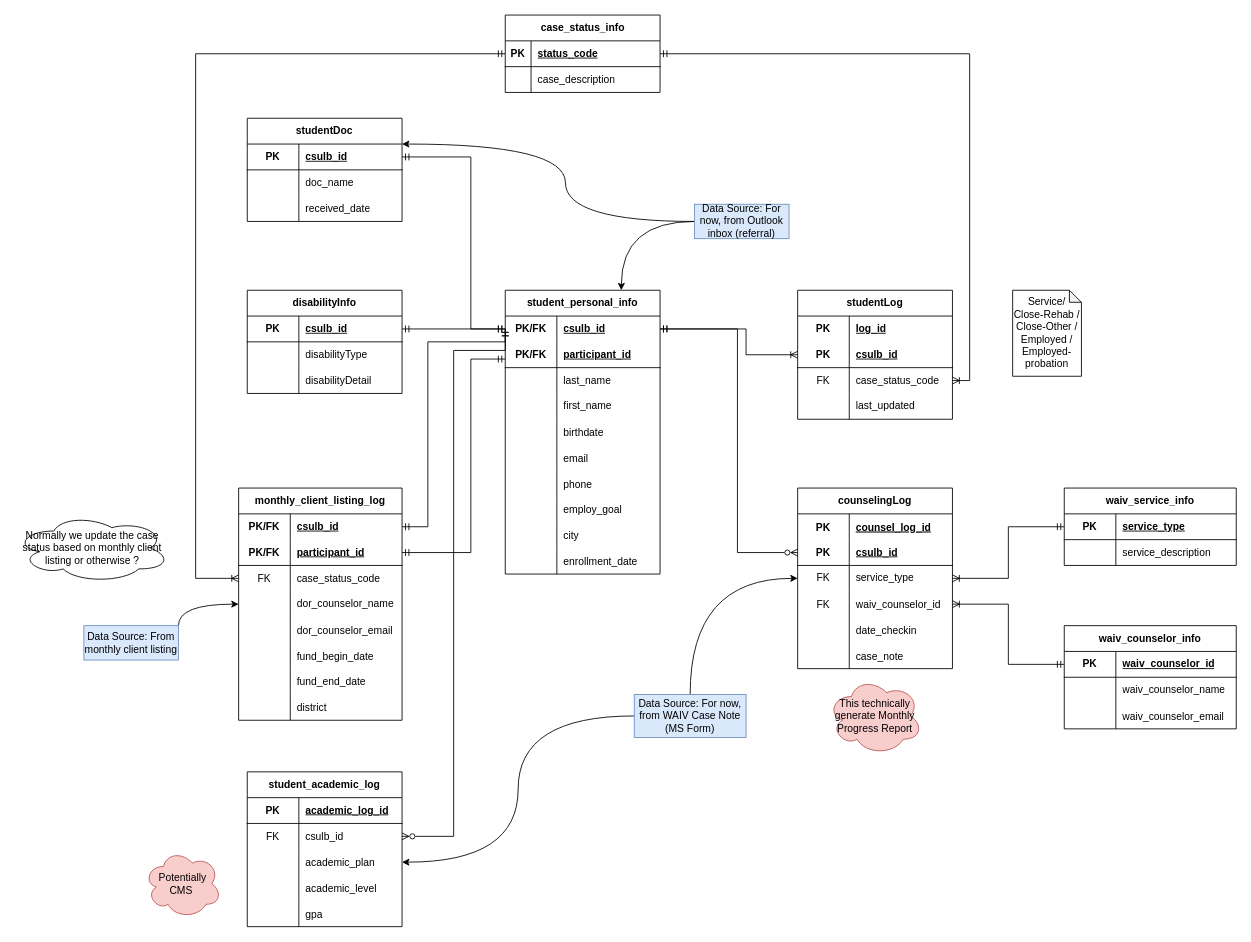
The draw.io diagram waivSchema.drawio in markqle/waiv, before the edit. Source tidied: cells renumbered, new cells numbered last; positions are measured from the earlier drawing's top-left corner, leaving out a move shared by most shapes. Both pictures are drawn from the tidied source at 86%, with x=0, y=0 at pixel (15, 15).
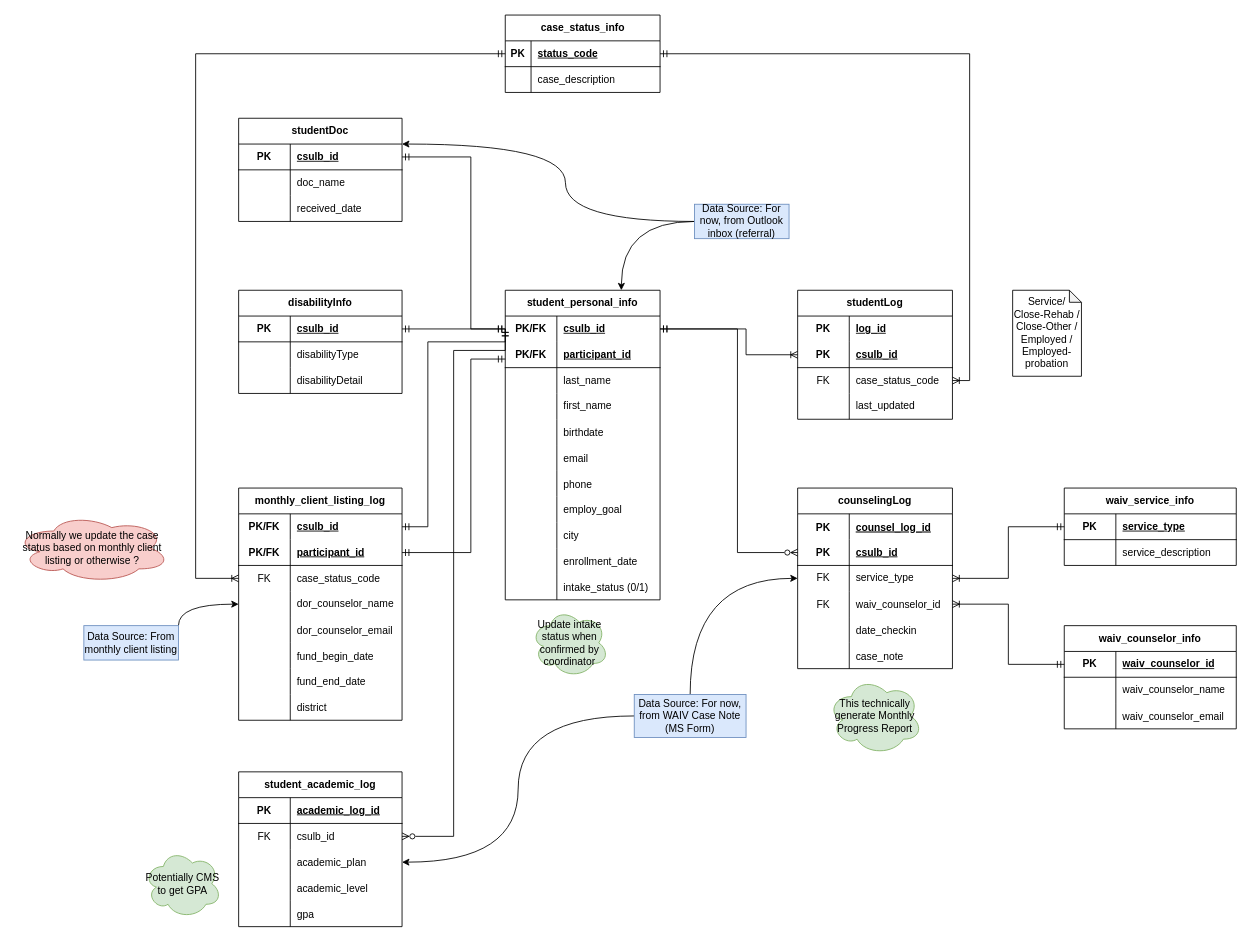
The same page after the edit.

What changed in the source:
```diff
@@
     <mxCell id="2" value="student_personal_info" style="shape=table;startSize=30;childLayout=tableLayout;rowLines=0;fontStyle=1;align=center;html=1;whiteSpace=wrap;" parent="1" vertex="1">
-      <mxGeometry x="570" y="320" width="180" height="330" as="geometry" />
+      <mxGeometry x="570" y="320" width="180" height="360" as="geometry" />
     </mxCell>
@@
+    <mxCell id="173" style="shape=tableRow;horizontal=0;startSize=0;swimlaneHead=0;swimlaneBody=0;fillColor=none;top=0;left=0;right=0;bottom=0;" parent="2" vertex="1">
+      <mxGeometry y="330" width="180" height="30" as="geometry" />
+    </mxCell>
+    <mxCell id="174" style="shape=partialRectangle;fillColor=none;top=0;left=0;bottom=0;right=0;overflow=hidden;" parent="173" vertex="1">
+      <mxGeometry width="60" height="30" as="geometry" />
+    </mxCell>
+    <mxCell id="175" value="intake_status (0/1)" style="shape=partialRectangle;fillColor=none;top=0;left=0;bottom=0;right=0;align=left;spacingLeft=6;overflow=hidden;" parent="173" vertex="1">
+      <mxGeometry x="60" width="120" height="30" as="geometry" />
+    </mxCell>
@@
     <mxCell id="40" value="disabilityInfo" style="shape=table;startSize=30;childLayout=tableLayout;rowLines=0;fontStyle=1;align=center;html=1;whiteSpace=wrap;" parent="1" vertex="1">
-      <mxGeometry x="270" y="320" width="180" height="120" as="geometry" />
+      <mxGeometry x="260" y="320" width="190" height="120" as="geometry" />
     </mxCell>
     <mxCell id="41" style="shape=tableRow;horizontal=0;startSize=0;swimlaneHead=0;swimlaneBody=0;fillColor=none;points=[[0,0.5],[1,0.5]];portConstraint=eastwest;top=0;left=0;right=0;bottom=1;html=1;" parent="40" vertex="1">
-      <mxGeometry y="30" width="180" height="30" as="geometry" />
+      <mxGeometry y="30" width="190" height="30" as="geometry" />
     </mxCell>
@@
     <mxCell id="43" value="csulb_id" style="shape=partialRectangle;fillColor=none;top=0;left=0;bottom=0;right=0;align=left;spacingLeft=6;fontStyle=5;overflow=hidden;html=1;whiteSpace=wrap;" parent="41" vertex="1">
-      <mxGeometry x="60" width="120" height="30" as="geometry" />
+      <mxGeometry x="60" width="130" height="30" as="geometry" />
     </mxCell>
     <mxCell id="44" style="shape=tableRow;horizontal=0;startSize=0;swimlaneHead=0;swimlaneBody=0;fillColor=none;top=0;left=0;right=0;bottom=0;html=1;" parent="40" vertex="1">
-      <mxGeometry y="60" width="180" height="30" as="geometry" />
+      <mxGeometry y="60" width="190" height="30" as="geometry" />
     </mxCell>
@@
     <mxCell id="46" value="disabilityType" style="shape=partialRectangle;fillColor=none;top=0;left=0;bottom=0;right=0;align=left;spacingLeft=6;overflow=hidden;html=1;whiteSpace=wrap;" parent="44" vertex="1">
-      <mxGeometry x="60" width="120" height="30" as="geometry" />
+      <mxGeometry x="60" width="130" height="30" as="geometry" />
     </mxCell>
     <mxCell id="47" style="shape=tableRow;horizontal=0;startSize=0;swimlaneHead=0;swimlaneBody=0;fillColor=none;top=0;left=0;right=0;bottom=0;html=1;" parent="40" vertex="1">
-      <mxGeometry y="90" width="180" height="30" as="geometry" />
+      <mxGeometry y="90" width="190" height="30" as="geometry" />
     </mxCell>
@@
     <mxCell id="49" value="disabilityDetail" style="shape=partialRectangle;fillColor=none;top=0;left=0;bottom=0;right=0;align=left;spacingLeft=6;overflow=hidden;html=1;whiteSpace=wrap;" parent="47" vertex="1">
-      <mxGeometry x="60" width="120" height="30" as="geometry" />
+      <mxGeometry x="60" width="130" height="30" as="geometry" />
     </mxCell>
@@
     <mxCell id="140" value="student_academic_log" style="shape=table;startSize=30;childLayout=tableLayout;rowLines=0;fontStyle=1;align=center;html=1;whiteSpace=wrap;" parent="1" vertex="1">
-      <mxGeometry x="270" y="880" width="180" height="180" as="geometry" />
+      <mxGeometry x="260" y="880" width="190" height="180" as="geometry" />
     </mxCell>
     <mxCell id="141" style="shape=tableRow;horizontal=0;startSize=0;swimlaneHead=0;swimlaneBody=0;fillColor=none;top=0;left=0;right=0;bottom=1;html=1;" parent="140" vertex="1">
-      <mxGeometry y="30" width="180" height="30" as="geometry" />
+      <mxGeometry y="30" width="190" height="30" as="geometry" />
     </mxCell>
@@
     <mxCell id="143" value="academic_log_id" style="shape=partialRectangle;fillColor=none;top=0;left=0;bottom=0;right=0;align=left;spacingLeft=6;fontStyle=5;overflow=hidden;html=1;whiteSpace=wrap;" parent="141" vertex="1">
-      <mxGeometry x="60" width="120" height="30" as="geometry" />
+      <mxGeometry x="60" width="130" height="30" as="geometry" />
     </mxCell>
     <mxCell id="144" style="shape=tableRow;horizontal=0;startSize=0;swimlaneHead=0;swimlaneBody=0;fillColor=none;points=[[0,0.5],[1,0.5]];portConstraint=eastwest;top=0;left=0;right=0;bottom=0;" parent="140" vertex="1">
-      <mxGeometry y="60" width="180" height="30" as="geometry" />
+      <mxGeometry y="60" width="190" height="30" as="geometry" />
     </mxCell>
@@
     <mxCell id="146" value="csulb_id" style="shape=partialRectangle;fillColor=none;top=0;left=0;bottom=0;right=0;align=left;spacingLeft=6;overflow=hidden;" parent="144" vertex="1">
-      <mxGeometry x="60" width="120" height="30" as="geometry" />
+      <mxGeometry x="60" width="130" height="30" as="geometry" />
     </mxCell>
     <mxCell id="147" style="shape=tableRow;horizontal=0;startSize=0;swimlaneHead=0;swimlaneBody=0;fillColor=none;points=[[0,0.5],[1,0.5]];portConstraint=eastwest;top=0;left=0;right=0;bottom=0;" parent="140" vertex="1">
-      <mxGeometry y="90" width="180" height="30" as="geometry" />
+      <mxGeometry y="90" width="190" height="30" as="geometry" />
     </mxCell>
@@
     <mxCell id="149" value="academic_plan" style="shape=partialRectangle;fillColor=none;top=0;left=0;bottom=0;right=0;align=left;spacingLeft=6;overflow=hidden;" parent="147" vertex="1">
-      <mxGeometry x="60" width="120" height="30" as="geometry" />
+      <mxGeometry x="60" width="130" height="30" as="geometry" />
     </mxCell>
     <mxCell id="150" style="shape=tableRow;horizontal=0;startSize=0;swimlaneHead=0;swimlaneBody=0;fillColor=none;top=0;left=0;right=0;bottom=0;" parent="140" vertex="1">
-      <mxGeometry y="120" width="180" height="30" as="geometry" />
+      <mxGeometry y="120" width="190" height="30" as="geometry" />
     </mxCell>
@@
     <mxCell id="152" value="academic_level" style="shape=partialRectangle;fillColor=none;top=0;left=0;bottom=0;right=0;align=left;spacingLeft=6;overflow=hidden;" parent="150" vertex="1">
-      <mxGeometry x="60" width="120" height="30" as="geometry" />
+      <mxGeometry x="60" width="130" height="30" as="geometry" />
     </mxCell>
     <mxCell id="153" style="shape=tableRow;horizontal=0;startSize=0;swimlaneHead=0;swimlaneBody=0;fillColor=none;top=0;left=0;right=0;bottom=0;" parent="140" vertex="1">
-      <mxGeometry y="150" width="180" height="30" as="geometry" />
+      <mxGeometry y="150" width="190" height="30" as="geometry" />
     </mxCell>
@@
     <mxCell id="155" value="gpa" style="shape=partialRectangle;fillColor=none;top=0;left=0;bottom=0;right=0;align=left;spacingLeft=6;overflow=hidden;" parent="153" vertex="1">
-      <mxGeometry x="60" width="120" height="30" as="geometry" />
+      <mxGeometry x="60" width="130" height="30" as="geometry" />
     </mxCell>
@@
     <mxCell id="159" value="studentDoc" style="shape=table;startSize=30;childLayout=tableLayout;rowLines=0;fontStyle=1;align=center;html=1;whiteSpace=wrap;" parent="1" vertex="1">
-      <mxGeometry x="270" y="120" width="180" height="120" as="geometry" />
+      <mxGeometry x="260" y="120" width="190" height="120" as="geometry" />
     </mxCell>
     <mxCell id="160" style="shape=tableRow;horizontal=0;startSize=0;swimlaneHead=0;swimlaneBody=0;fillColor=none;points=[[0,0.5],[1,0.5]];portConstraint=eastwest;top=0;left=0;right=0;bottom=1;html=1;" parent="159" vertex="1">
-      <mxGeometry y="30" width="180" height="30" as="geometry" />
+      <mxGeometry y="30" width="190" height="30" as="geometry" />
     </mxCell>
@@
     <mxCell id="162" value="csulb_id" style="shape=partialRectangle;fillColor=none;top=0;left=0;bottom=0;right=0;align=left;spacingLeft=6;fontStyle=5;overflow=hidden;html=1;whiteSpace=wrap;" parent="160" vertex="1">
-      <mxGeometry x="60" width="120" height="30" as="geometry" />
+      <mxGeometry x="60" width="130" height="30" as="geometry" />
     </mxCell>
     <mxCell id="163" style="shape=tableRow;horizontal=0;startSize=0;swimlaneHead=0;swimlaneBody=0;fillColor=none;top=0;left=0;right=0;bottom=0;html=1;" parent="159" vertex="1">
-      <mxGeometry y="60" width="180" height="30" as="geometry" />
+      <mxGeometry y="60" width="190" height="30" as="geometry" />
     </mxCell>
@@
     <mxCell id="165" value="doc_name" style="shape=partialRectangle;fillColor=none;top=0;left=0;bottom=0;right=0;align=left;spacingLeft=6;overflow=hidden;html=1;whiteSpace=wrap;" parent="163" vertex="1">
-      <mxGeometry x="60" width="120" height="30" as="geometry" />
+      <mxGeometry x="60" width="130" height="30" as="geometry" />
     </mxCell>
     <mxCell id="166" style="shape=tableRow;horizontal=0;startSize=0;swimlaneHead=0;swimlaneBody=0;fillColor=none;top=0;left=0;right=0;bottom=0;html=1;" parent="159" vertex="1">
-      <mxGeometry y="90" width="180" height="30" as="geometry" />
+      <mxGeometry y="90" width="190" height="30" as="geometry" />
     </mxCell>
@@
     <mxCell id="168" value="received_date" style="shape=partialRectangle;fillColor=none;top=0;left=0;bottom=0;right=0;align=left;spacingLeft=6;overflow=hidden;html=1;whiteSpace=wrap;" parent="166" vertex="1">
-      <mxGeometry x="60" width="120" height="30" as="geometry" />
+      <mxGeometry x="60" width="130" height="30" as="geometry" />
     </mxCell>
@@
-    <mxCell id="170" value="Potentially CMS&amp;nbsp;" style="ellipse;shape=cloud;whiteSpace=wrap;html=1;align=center;fillColor=#f8cecc;strokeColor=#b85450;" parent="1" vertex="1">
+    <mxCell id="170" value="Potentially CMS to get GPA" style="ellipse;shape=cloud;whiteSpace=wrap;html=1;align=center;fillColor=#d5e8d4;strokeColor=#82b366;" parent="1" vertex="1">
       <mxGeometry x="150" y="970" width="90" height="80" as="geometry" />
     </mxCell>
-    <mxCell id="171" value="This technically generate Monthly Progress Report" style="ellipse;shape=cloud;whiteSpace=wrap;html=1;align=center;fillColor=#f8cecc;strokeColor=#b85450;" parent="1" vertex="1">
+    <mxCell id="171" value="This technically generate Monthly Progress Report" style="ellipse;shape=cloud;whiteSpace=wrap;html=1;align=center;fillColor=#d5e8d4;strokeColor=#82b366;" parent="1" vertex="1">
       <mxGeometry x="945" y="770" width="110" height="90" as="geometry" />
     </mxCell>
-    <mxCell id="172" value="Normally we update the case status based on monthly client listing or otherwise ?" style="ellipse;shape=cloud;whiteSpace=wrap;html=1;align=center;" parent="1" vertex="1">
+    <mxCell id="172" value="Normally we update the case status based on monthly client listing or otherwise ?" style="ellipse;shape=cloud;whiteSpace=wrap;html=1;align=center;fillColor=#f8cecc;strokeColor=#b85450;" parent="1" vertex="1">
       <mxGeometry y="580" width="180" height="80" as="geometry" />
     </mxCell>
+    <mxCell id="176" value="Update intake status when confirmed by coordinator" style="ellipse;shape=cloud;whiteSpace=wrap;html=1;align=center;fillColor=#d5e8d4;strokeColor=#82b366;" parent="1" vertex="1">
+      <mxGeometry x="600" y="690" width="90" height="80" as="geometry" />
+    </mxCell>
```
